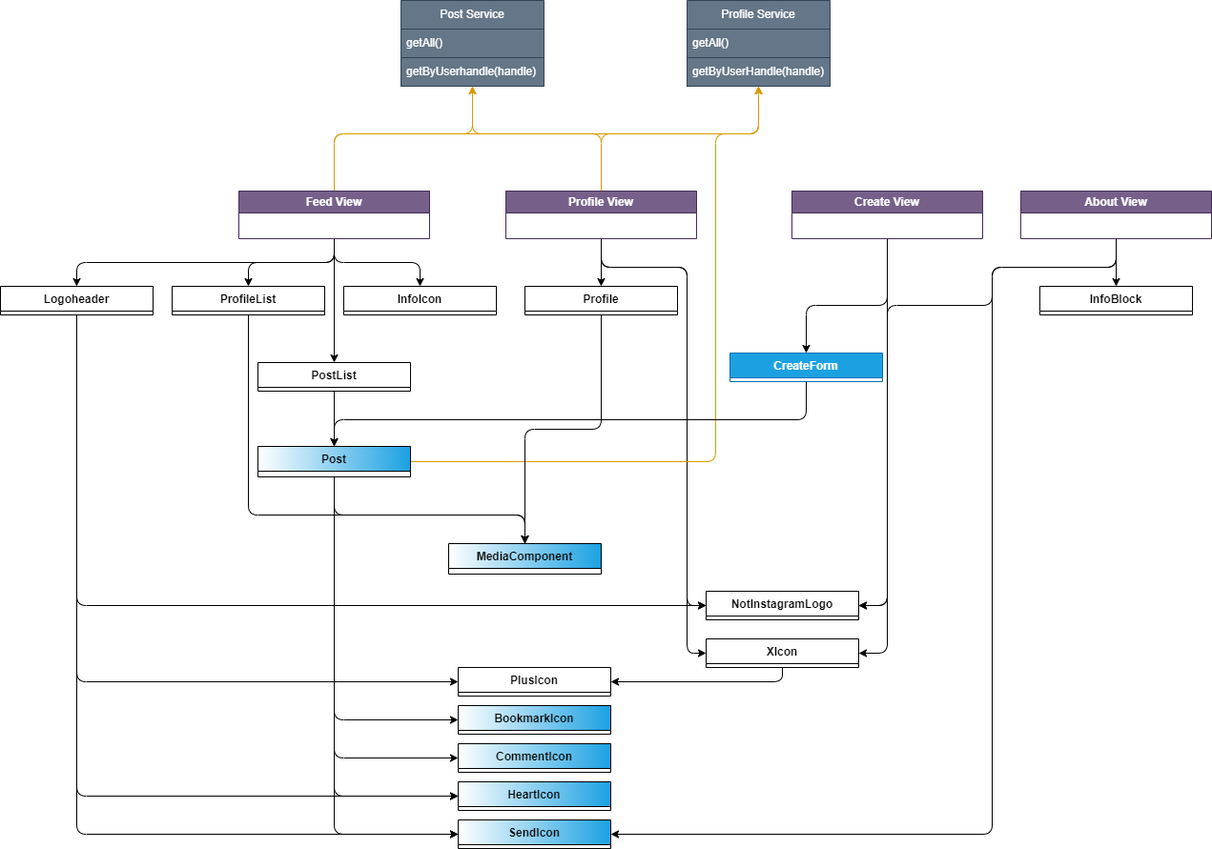
andreasnicklaus/master keeps this draw.io diagram as paper/diagrams/uml-astro.png. Above is the earlier version. Source tidied: cells renumbered, new cells last; positions are measured from the earlier drawing's top-left corner, leaving out a move shared by most shapes.
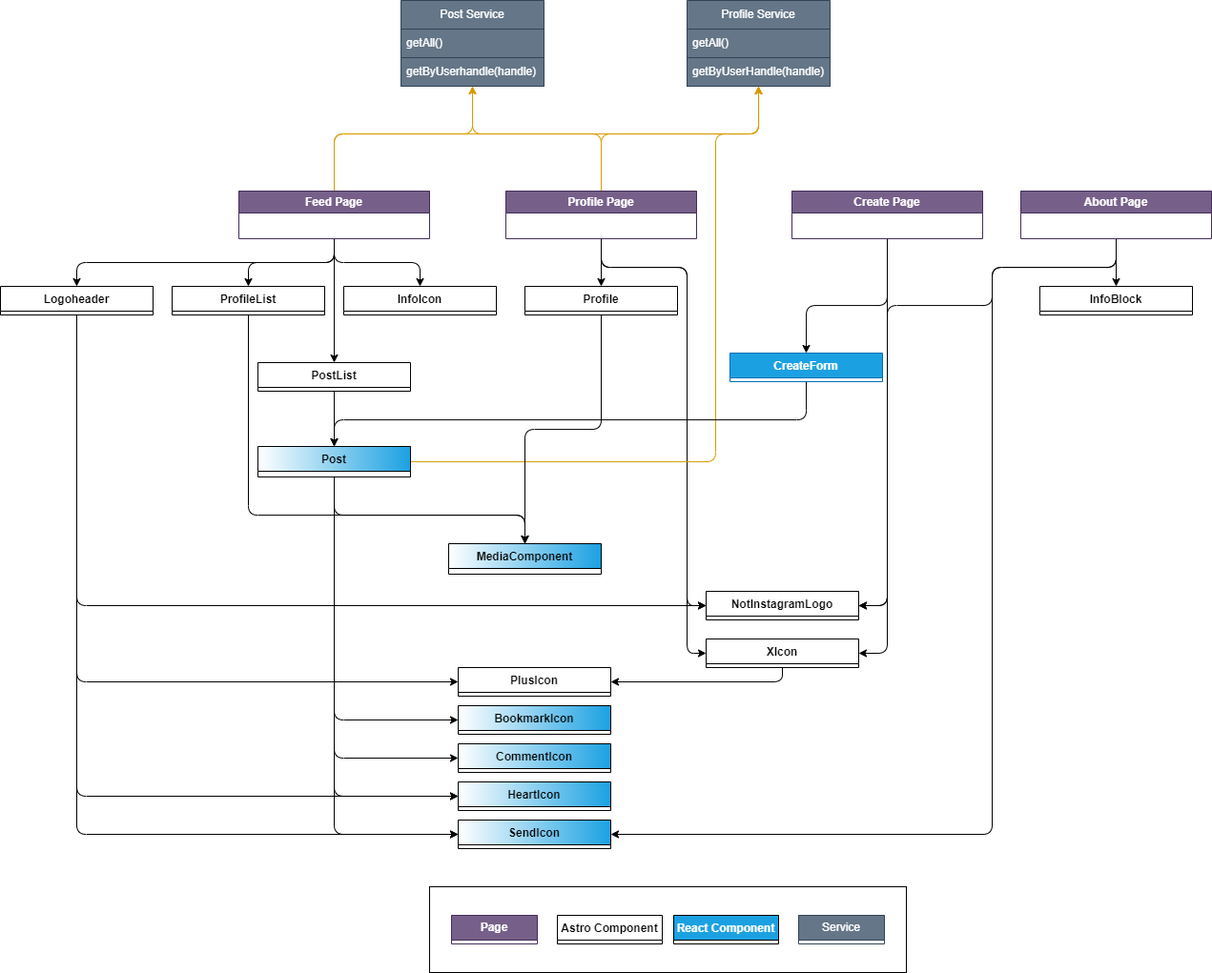
After the commit.

Diff of the diagram source:
```diff
@@ -42,7 +42,7 @@
         </Array>
       </mxGeometry>
     </mxCell>
-    <mxCell id="12" value="Feed View" style="swimlane;whiteSpace=wrap;html=1;fillColor=#76608a;fontColor=#ffffff;strokeColor=#432D57;" parent="1" vertex="1">
+    <mxCell id="12" value="Feed Page" style="swimlane;whiteSpace=wrap;html=1;fillColor=#76608a;fontColor=#ffffff;strokeColor=#432D57;" parent="1" vertex="1">
       <mxGeometry x="250" y="200" width="200" height="50" as="geometry" />
     </mxCell>
     <mxCell id="13" value="Post Service" style="swimlane;fontStyle=0;horizontal=1;startSize=30;whiteSpace=wrap;html=1;fillColor=#647687;fontColor=#ffffff;strokeColor=#314354;" parent="1" vertex="1">
@@ -91,7 +91,7 @@
         </Array>
       </mxGeometry>
     </mxCell>
-    <mxCell id="21" value="Profile View" style="swimlane;whiteSpace=wrap;html=1;fillColor=#76608a;fontColor=#ffffff;strokeColor=#432D57;" parent="1" vertex="1">
+    <mxCell id="21" value="Profile Page" style="swimlane;whiteSpace=wrap;html=1;fillColor=#76608a;fontColor=#ffffff;strokeColor=#432D57;" parent="1" vertex="1">
       <mxGeometry x="530" y="200" width="200" height="50" as="geometry" />
     </mxCell>
     <mxCell id="22" style="edgeStyle=orthogonalEdgeStyle;html=1;entryX=1;entryY=0.5;entryDx=0;entryDy=0;" parent="1" edge="1" source="25" target="54">
@@ -116,7 +116,7 @@
         </Array>
       </mxGeometry>
     </mxCell>
-    <mxCell id="25" value="Create View" style="swimlane;whiteSpace=wrap;html=1;startSize=23;fillColor=#76608a;fontColor=#ffffff;strokeColor=#432D57;" parent="1" vertex="1">
+    <mxCell id="25" value="Create Page" style="swimlane;whiteSpace=wrap;html=1;startSize=23;fillColor=#76608a;fontColor=#ffffff;strokeColor=#432D57;" parent="1" vertex="1">
       <mxGeometry x="830" y="200" width="200" height="50" as="geometry" />
     </mxCell>
     <mxCell id="26" style="edgeStyle=orthogonalEdgeStyle;html=1;" parent="1" edge="1" source="29" target="50">
@@ -142,7 +142,7 @@
         </Array>
       </mxGeometry>
     </mxCell>
-    <mxCell id="29" value="About View" style="swimlane;whiteSpace=wrap;html=1;fillColor=#76608a;fontColor=#ffffff;strokeColor=#432D57;" parent="1" vertex="1">
+    <mxCell id="29" value="About Page" style="swimlane;whiteSpace=wrap;html=1;fillColor=#76608a;fontColor=#ffffff;strokeColor=#432D57;" parent="1" vertex="1">
       <mxGeometry x="1070" y="200" width="200" height="50" as="geometry" />
     </mxCell>
     <mxCell id="30" value="Profile Service" style="swimlane;fontStyle=0;horizontal=1;startSize=30;whiteSpace=wrap;html=1;fillColor=#647687;fontColor=#ffffff;strokeColor=#314354;" parent="1" vertex="1">
@@ -256,5 +256,20 @@
     <mxCell id="59" value="CreateForm" style="swimlane;fontStyle=1;align=center;verticalAlign=top;horizontal=1;startSize=26;fillColor=#1BA1E2;fontColor=#ffffff;strokeColor=#006EAF;" parent="1" vertex="1">
       <mxGeometry x="765" y="370" width="160" height="30" as="geometry" />
     </mxCell>
+    <mxCell id="60" style="rounded=0;whiteSpace=wrap;html=1;fillColor=none;" parent="1" vertex="1">
+      <mxGeometry x="450" y="930" width="500" height="90" as="geometry" />
+    </mxCell>
+    <mxCell id="61" value="Page" style="swimlane;whiteSpace=wrap;html=1;fillColor=#76608a;fontColor=#ffffff;strokeColor=#432D57;startSize=26;" parent="1" vertex="1">
+      <mxGeometry x="473" y="960" width="90" height="30" as="geometry" />
+    </mxCell>
+    <mxCell id="62" value="Service" style="swimlane;fontStyle=0;horizontal=1;startSize=26;whiteSpace=wrap;html=1;fillColor=#647687;fontColor=#ffffff;strokeColor=#314354;" parent="1" vertex="1">
+      <mxGeometry x="837" y="960" width="90" height="30" as="geometry" />
+    </mxCell>
+    <mxCell id="63" value="React Component" style="swimlane;fontStyle=1;align=center;verticalAlign=top;horizontal=1;startSize=26;fillColor=#1BA1E2;fontColor=#FFFFFF;" parent="1" vertex="1">
+      <mxGeometry x="706" y="960" width="110" height="30" as="geometry" />
+    </mxCell>
+    <mxCell id="64" value="Astro Component" style="swimlane;fontStyle=1;align=center;verticalAlign=top;horizontal=1;startSize=26;" parent="1" vertex="1">
+      <mxGeometry x="584" y="960" width="110" height="30" as="geometry" />
+    </mxCell>
   </root>
 </mxGraphModel>
```
